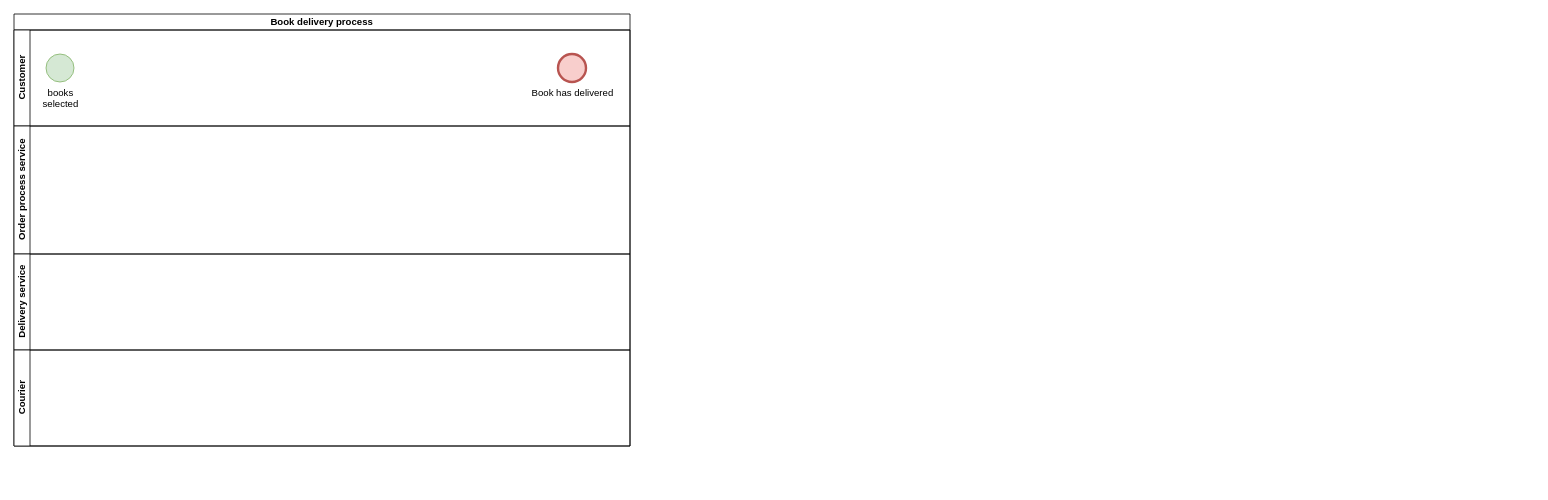
The draw.io diagram documentation/bpmn_1.drawio in semwett0301/blps-labs, before the edit. Source tidied: cells renumbered, new cells numbered last; positions are measured from the earlier drawing's top-left corner, leaving out a move shared by most shapes. Both pictures are drawn from the tidied source at 80%, with x=0, y=0 at pixel (14, 14).
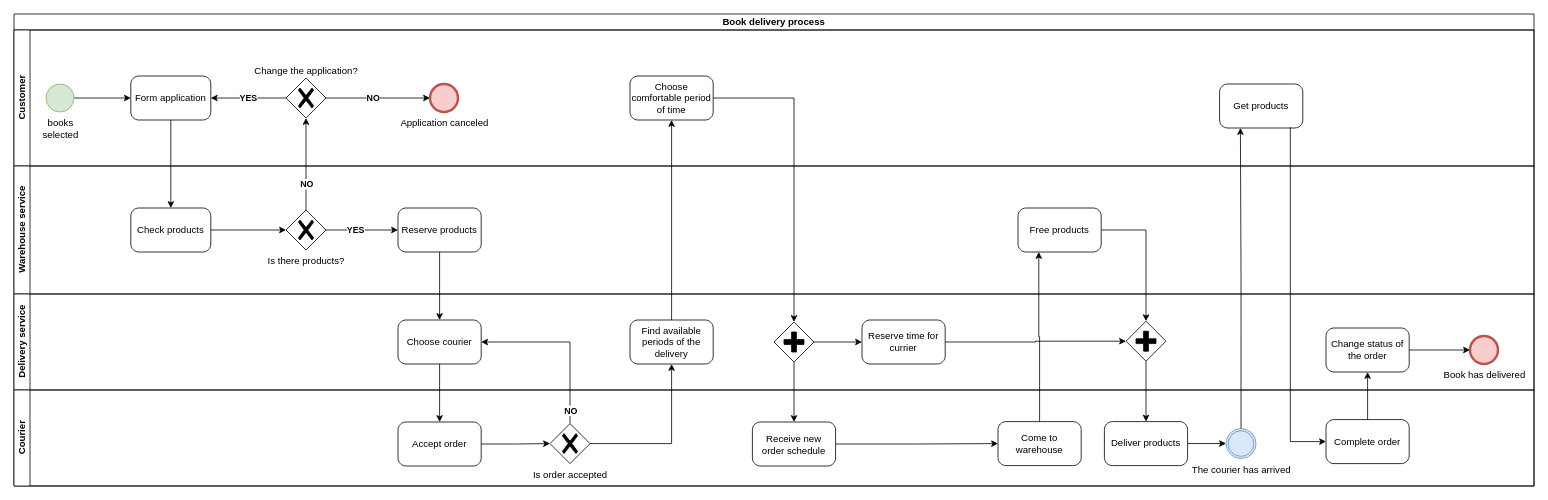
The same diagram, later.

Commit message:
Add some elements to BPMN scheme

Diff of the diagram source:
```diff
@@
     <mxCell id="2" value="Book delivery process" style="swimlane;html=1;horizontal=1;startSize=20;whiteSpace=wrap;" parent="1" vertex="1">
-      <mxGeometry width="770" height="540" as="geometry" />
+      <mxGeometry width="1900" height="590" as="geometry" />
     </mxCell>
     <mxCell id="3" value="Customer" style="swimlane;html=1;startSize=20;horizontal=0;" parent="2" vertex="1">
-      <mxGeometry y="20" width="770" height="120" as="geometry" />
+      <mxGeometry y="20" width="1900" height="170" as="geometry" />
     </mxCell>
+    <mxCell id="9" style="edgeStyle=orthogonalEdgeStyle;rounded=0;jettySize=auto;html=1;" parent="3" edge="1" source="4" target="10">
+      <mxGeometry relative="1" as="geometry" />
+    </mxCell>
     <mxCell id="4" value="books &lt;br&gt;selected" style="points=[[0.145,0.145,0],[0.5,0,0],[0.855,0.145,0],[1,0.5,0],[0.855,0.855,0],[0.5,1,0],[0.145,0.855,0],[0,0.5,0]];shape=mxgraph.bpmn.event;html=1;verticalLabelPosition=bottom;labelBackgroundColor=#ffffff;verticalAlign=top;align=center;perimeter=ellipsePerimeter;outlineConnect=0;outline=standard;symbol=general;direction=south;fillColor=#d5e8d4;strokeColor=#82b366;" parent="3" vertex="1">
-      <mxGeometry x="40" y="30" width="35" height="35" as="geometry" />
+      <mxGeometry x="40" y="67.5" width="35" height="35" as="geometry" />
     </mxCell>
+    <mxCell id="10" value="Form application" style="points=[[0.25,0,0],[0.5,0,0],[0.75,0,0],[1,0.25,0],[1,0.5,0],[1,0.75,0],[0.75,1,0],[0.5,1,0],[0.25,1,0],[0,0.75,0],[0,0.5,0],[0,0.25,0]];shape=mxgraph.bpmn.task;whiteSpace=wrap;rectStyle=rounded;size=10;html=1;taskMarker=abstract;" parent="3" vertex="1">
+      <mxGeometry x="146" y="57.5" width="100" height="55" as="geometry" />
+    </mxCell>
+    <mxCell id="11" value="&lt;b&gt;YES&lt;/b&gt;" style="edgeStyle=orthogonalEdgeStyle;rounded=0;jettySize=auto;html=1;entryX=1;entryY=0.5;entryDx=0;entryDy=0;entryPerimeter=0;" parent="3" edge="1" source="14" target="10">
+      <mxGeometry relative="1" as="geometry" />
+    </mxCell>
+    <mxCell id="12" style="edgeStyle=orthogonalEdgeStyle;rounded=0;jettySize=auto;html=1;entryX=0;entryY=0.5;entryDx=0;entryDy=0;entryPerimeter=0;" parent="3" edge="1" source="14" target="15">
+      <mxGeometry relative="1" as="geometry" />
+    </mxCell>
+    <mxCell id="13" value="&lt;b&gt;NO&lt;/b&gt;" style="edgeLabel;html=1;align=center;verticalAlign=middle;" parent="12" vertex="1">
+      <mxGeometry x="-0.11" y="1" relative="1" as="geometry" />
+    </mxCell>
+    <mxCell id="14" value="Change the application?" style="points=[[0.25,0.25,0],[0.5,0,0],[0.75,0.25,0],[1,0.5,0],[0.75,0.75,0],[0.5,1,0],[0.25,0.75,0],[0,0.5,0]];shape=mxgraph.bpmn.gateway2;html=1;verticalLabelPosition=top;labelBackgroundColor=#ffffff;verticalAlign=bottom;align=center;perimeter=rhombusPerimeter;outlineConnect=0;outline=none;symbol=none;gwType=exclusive;labelPosition=center;" parent="3" vertex="1">
+      <mxGeometry x="340" y="60" width="50" height="50" as="geometry" />
+    </mxCell>
+    <mxCell id="15" value="Application canceled" style="points=[[0.145,0.145,0],[0.5,0,0],[0.855,0.145,0],[1,0.5,0],[0.855,0.855,0],[0.5,1,0],[0.145,0.855,0],[0,0.5,0]];shape=mxgraph.bpmn.event;html=1;verticalLabelPosition=bottom;labelBackgroundColor=#ffffff;verticalAlign=top;align=center;perimeter=ellipsePerimeter;outlineConnect=0;outline=end;symbol=terminate2;fillColor=#f8cecc;strokeColor=#b85450;" parent="3" vertex="1">
+      <mxGeometry x="520" y="67.5" width="35" height="35" as="geometry" />
+    </mxCell>
+    <mxCell id="16" value="Choose comfortable period of time" style="points=[[0.25,0,0],[0.5,0,0],[0.75,0,0],[1,0.25,0],[1,0.5,0],[1,0.75,0],[0.75,1,0],[0.5,1,0],[0.25,1,0],[0,0.75,0],[0,0.5,0],[0,0.25,0]];shape=mxgraph.bpmn.task;whiteSpace=wrap;rectStyle=rounded;size=10;html=1;taskMarker=abstract;" parent="3" vertex="1">
+      <mxGeometry x="770" y="57.5" width="104" height="55" as="geometry" />
+    </mxCell>
+    <mxCell id="17" value="Get products" style="points=[[0.25,0,0],[0.5,0,0],[0.75,0,0],[1,0.25,0],[1,0.5,0],[1,0.75,0],[0.75,1,0],[0.5,1,0],[0.25,1,0],[0,0.75,0],[0,0.5,0],[0,0.25,0]];shape=mxgraph.bpmn.task;whiteSpace=wrap;rectStyle=rounded;size=10;html=1;taskMarker=abstract;" parent="3" vertex="1">
+      <mxGeometry x="1507" y="67.5" width="104" height="55" as="geometry" />
+    </mxCell>
+    <mxCell id="6" value="Warehouse service" style="swimlane;html=1;startSize=20;horizontal=0;" parent="2" vertex="1">
+      <mxGeometry y="190" width="1900" height="160" as="geometry" />
+    </mxCell>
+    <mxCell id="18" style="edgeStyle=orthogonalEdgeStyle;rounded=0;jettySize=auto;html=1;" parent="6" edge="1" source="19" target="22">
+      <mxGeometry relative="1" as="geometry" />
+    </mxCell>
+    <mxCell id="19" value="Check products" style="points=[[0.25,0,0],[0.5,0,0],[0.75,0,0],[1,0.25,0],[1,0.5,0],[1,0.75,0],[0.75,1,0],[0.5,1,0],[0.25,1,0],[0,0.75,0],[0,0.5,0],[0,0.25,0]];shape=mxgraph.bpmn.task;whiteSpace=wrap;rectStyle=rounded;size=10;html=1;taskMarker=abstract;" parent="6" vertex="1">
+      <mxGeometry x="146" y="52.5" width="100" height="55" as="geometry" />
+    </mxCell>
+    <mxCell id="20" style="edgeStyle=orthogonalEdgeStyle;rounded=0;jettySize=auto;html=1;entryX=0;entryY=0.5;entryDx=0;entryDy=0;entryPerimeter=0;" parent="6" edge="1" source="22" target="23">
+      <mxGeometry relative="1" as="geometry" />
+    </mxCell>
+    <mxCell id="21" value="&lt;b&gt;YES&lt;/b&gt;" style="edgeLabel;html=1;align=center;verticalAlign=middle;" parent="20" vertex="1">
+      <mxGeometry x="-0.19" y="1" relative="1" as="geometry" />
+    </mxCell>
+    <mxCell id="22" value="Is there products?" style="points=[[0.25,0.25,0],[0.5,0,0],[0.75,0.25,0],[1,0.5,0],[0.75,0.75,0],[0.5,1,0],[0.25,0.75,0],[0,0.5,0]];shape=mxgraph.bpmn.gateway2;html=1;verticalLabelPosition=bottom;labelBackgroundColor=#ffffff;verticalAlign=top;align=center;perimeter=rhombusPerimeter;outlineConnect=0;outline=none;symbol=none;gwType=exclusive;" parent="6" vertex="1">
+      <mxGeometry x="340" y="55" width="50" height="50" as="geometry" />
+    </mxCell>
+    <mxCell id="23" value="Reserve products" style="points=[[0.25,0,0],[0.5,0,0],[0.75,0,0],[1,0.25,0],[1,0.5,0],[1,0.75,0],[0.75,1,0],[0.5,1,0],[0.25,1,0],[0,0.75,0],[0,0.5,0],[0,0.25,0]];shape=mxgraph.bpmn.task;whiteSpace=wrap;rectStyle=rounded;size=10;html=1;taskMarker=abstract;" parent="6" vertex="1">
+      <mxGeometry x="480" y="52.5" width="104" height="55" as="geometry" />
+    </mxCell>
+    <mxCell id="24" value="Free products" style="points=[[0.25,0,0],[0.5,0,0],[0.75,0,0],[1,0.25,0],[1,0.5,0],[1,0.75,0],[0.75,1,0],[0.5,1,0],[0.25,1,0],[0,0.75,0],[0,0.5,0],[0,0.25,0]];shape=mxgraph.bpmn.task;whiteSpace=wrap;rectStyle=rounded;size=10;html=1;taskMarker=abstract;" parent="6" vertex="1">
+      <mxGeometry x="1255" y="52.5" width="104" height="55" as="geometry" />
+    </mxCell>
+    <mxCell id="7" value="Delivery service" style="swimlane;html=1;startSize=20;horizontal=0;" parent="2" vertex="1">
+      <mxGeometry y="350" width="1900" height="120" as="geometry" />
+    </mxCell>
-    <mxCell id="5" value="Book has delivered" style="points=[[0.145,0.145,0],[0.5,0,0],[0.855,0.145,0],[1,0.5,0],[0.855,0.855,0],[0.5,1,0],[0.145,0.855,0],[0,0.5,0]];shape=mxgraph.bpmn.event;html=1;verticalLabelPosition=bottom;labelBackgroundColor=#ffffff;verticalAlign=top;align=center;perimeter=ellipsePerimeter;outlineConnect=0;outline=end;symbol=terminate2;fillColor=#f8cecc;strokeColor=#b85450;" parent="3" vertex="1">
-      <mxGeometry x="680" y="30" width="35" height="35" as="geometry" />
+    <mxCell id="5" value="Book has delivered" style="points=[[0.145,0.145,0],[0.5,0,0],[0.855,0.145,0],[1,0.5,0],[0.855,0.855,0],[0.5,1,0],[0.145,0.855,0],[0,0.5,0]];shape=mxgraph.bpmn.event;html=1;verticalLabelPosition=bottom;labelBackgroundColor=#ffffff;verticalAlign=top;align=center;perimeter=ellipsePerimeter;outlineConnect=0;outline=end;symbol=terminate2;fillColor=#f8cecc;strokeColor=#b85450;" parent="7" vertex="1">
+      <mxGeometry x="1820" y="52.5" width="35" height="35" as="geometry" />
     </mxCell>
-    <mxCell id="6" value="Order process service" style="swimlane;html=1;startSize=20;horizontal=0;" parent="2" vertex="1">
-      <mxGeometry y="140" width="770" height="160" as="geometry" />
-    </mxCell>
-    <mxCell id="7" value="Delivery service" style="swimlane;html=1;startSize=20;horizontal=0;" parent="2" vertex="1">
-      <mxGeometry y="300" width="770" height="120" as="geometry" />
-    </mxCell>
+    <mxCell id="25" value="Choose courier" style="points=[[0.25,0,0],[0.5,0,0],[0.75,0,0],[1,0.25,0],[1,0.5,0],[1,0.75,0],[0.75,1,0],[0.5,1,0],[0.25,1,0],[0,0.75,0],[0,0.5,0],[0,0.25,0]];shape=mxgraph.bpmn.task;whiteSpace=wrap;rectStyle=rounded;size=10;html=1;taskMarker=abstract;" parent="7" vertex="1">
+      <mxGeometry x="480" y="32.5" width="104" height="55" as="geometry" />
+    </mxCell>
+    <mxCell id="26" value="Find available periods of the delivery" style="points=[[0.25,0,0],[0.5,0,0],[0.75,0,0],[1,0.25,0],[1,0.5,0],[1,0.75,0],[0.75,1,0],[0.5,1,0],[0.25,1,0],[0,0.75,0],[0,0.5,0],[0,0.25,0]];shape=mxgraph.bpmn.task;whiteSpace=wrap;rectStyle=rounded;size=10;html=1;taskMarker=abstract;" parent="7" vertex="1">
+      <mxGeometry x="770" y="32.5" width="104" height="55" as="geometry" />
+    </mxCell>
+    <mxCell id="27" style="edgeStyle=orthogonalEdgeStyle;rounded=0;jettySize=auto;html=1;entryX=0;entryY=0.5;entryDx=0;entryDy=0;entryPerimeter=0;" parent="7" edge="1" source="28" target="30">
+      <mxGeometry relative="1" as="geometry" />
+    </mxCell>
+    <mxCell id="28" style="points=[[0.25,0.25,0],[0.5,0,0],[0.75,0.25,0],[1,0.5,0],[0.75,0.75,0],[0.5,1,0],[0.25,0.75,0],[0,0.5,0]];shape=mxgraph.bpmn.gateway2;html=1;verticalLabelPosition=bottom;labelBackgroundColor=#ffffff;verticalAlign=top;align=center;perimeter=rhombusPerimeter;outlineConnect=0;outline=none;symbol=none;gwType=parallel;" parent="7" vertex="1">
+      <mxGeometry x="950" y="35" width="50" height="50" as="geometry" />
+    </mxCell>
+    <mxCell id="29" style="edgeStyle=orthogonalEdgeStyle;rounded=0;jettySize=auto;html=1;entryX=0;entryY=0.5;entryDx=0;entryDy=0;entryPerimeter=0;" parent="7" edge="1" source="30" target="31">
+      <mxGeometry relative="1" as="geometry" />
+    </mxCell>
+    <mxCell id="30" value="Reserve time for currier" style="points=[[0.25,0,0],[0.5,0,0],[0.75,0,0],[1,0.25,0],[1,0.5,0],[1,0.75,0],[0.75,1,0],[0.5,1,0],[0.25,1,0],[0,0.75,0],[0,0.5,0],[0,0.25,0]];shape=mxgraph.bpmn.task;whiteSpace=wrap;rectStyle=rounded;size=10;html=1;taskMarker=abstract;" parent="7" vertex="1">
+      <mxGeometry x="1060" y="32.5" width="104" height="55" as="geometry" />
+    </mxCell>
+    <mxCell id="31" style="points=[[0.25,0.25,0],[0.5,0,0],[0.75,0.25,0],[1,0.5,0],[0.75,0.75,0],[0.5,1,0],[0.25,0.75,0],[0,0.5,0]];shape=mxgraph.bpmn.gateway2;html=1;verticalLabelPosition=bottom;labelBackgroundColor=#ffffff;verticalAlign=top;align=center;perimeter=rhombusPerimeter;outlineConnect=0;outline=none;symbol=none;gwType=parallel;" parent="7" vertex="1">
+      <mxGeometry x="1390" y="34" width="50" height="50" as="geometry" />
+    </mxCell>
+    <mxCell id="32" style="edgeStyle=orthogonalEdgeStyle;rounded=0;jettySize=auto;html=1;entryX=0;entryY=0.5;entryDx=0;entryDy=0;entryPerimeter=0;" parent="7" edge="1" source="33" target="5">
+      <mxGeometry relative="1" as="geometry" />
+    </mxCell>
+    <mxCell id="33" value="Change status of the order" style="points=[[0.25,0,0],[0.5,0,0],[0.75,0,0],[1,0.25,0],[1,0.5,0],[1,0.75,0],[0.75,1,0],[0.5,1,0],[0.25,1,0],[0,0.75,0],[0,0.5,0],[0,0.25,0]];shape=mxgraph.bpmn.task;whiteSpace=wrap;rectStyle=rounded;size=10;html=1;taskMarker=abstract;" parent="7" vertex="1">
+      <mxGeometry x="1640" y="42.5" width="104" height="55" as="geometry" />
+    </mxCell>
+    <mxCell id="34" style="edgeStyle=orthogonalEdgeStyle;rounded=0;jettySize=auto;html=1;entryX=0.5;entryY=0;entryDx=0;entryDy=0;entryPerimeter=0;" parent="2" edge="1" source="10" target="19">
+      <mxGeometry relative="1" as="geometry" />
+    </mxCell>
+    <mxCell id="35" style="edgeStyle=orthogonalEdgeStyle;rounded=0;jettySize=auto;html=1;entryX=0.5;entryY=1;entryDx=0;entryDy=0;entryPerimeter=0;" parent="2" edge="1" source="22" target="14">
+      <mxGeometry relative="1" as="geometry" />
+    </mxCell>
+    <mxCell id="36" value="&lt;b style=&quot;font-size: 11px;&quot;&gt;NO&lt;/b&gt;" style="edgeLabel;html=1;align=center;verticalAlign=middle;fontSize=11;" parent="35" vertex="1">
+      <mxGeometry x="-0.24" y="1" relative="1" as="geometry">
+        <mxPoint x="1" y="11" as="offset" />
+      </mxGeometry>
+    </mxCell>
+    <mxCell id="37" style="edgeStyle=orthogonalEdgeStyle;rounded=0;jettySize=auto;html=1;" parent="2" edge="1" source="23" target="25">
+      <mxGeometry relative="1" as="geometry" />
+    </mxCell>
+    <mxCell id="38" style="edgeStyle=orthogonalEdgeStyle;rounded=0;jettySize=auto;html=1;entryX=0.5;entryY=0;entryDx=0;entryDy=0;entryPerimeter=0;" parent="2" edge="1" source="25" target="46">
+      <mxGeometry relative="1" as="geometry" />
+    </mxCell>
+    <mxCell id="39" style="edgeStyle=orthogonalEdgeStyle;rounded=0;jettySize=auto;html=1;entryX=1;entryY=0.5;entryDx=0;entryDy=0;entryPerimeter=0;exitX=0.5;exitY=0;exitDx=0;exitDy=0;exitPerimeter=0;" parent="2" edge="1" source="47" target="25">
+      <mxGeometry relative="1" as="geometry" />
+    </mxCell>
+    <mxCell id="40" value="&lt;b&gt;NO&lt;/b&gt;" style="edgeLabel;html=1;align=center;verticalAlign=middle;" parent="39" vertex="1">
+      <mxGeometry x="-0.84" y="-2" relative="1" as="geometry">
+        <mxPoint x="-2" as="offset" />
+      </mxGeometry>
+    </mxCell>
+    <mxCell id="41" style="edgeStyle=orthogonalEdgeStyle;rounded=0;jettySize=auto;html=1;entryX=0.5;entryY=1;entryDx=0;entryDy=0;entryPerimeter=0;" parent="2" edge="1" source="47" target="26">
+      <mxGeometry relative="1" as="geometry" />
+    </mxCell>
+    <mxCell id="42" style="edgeStyle=orthogonalEdgeStyle;rounded=0;jettySize=auto;html=1;entryX=0.5;entryY=1;entryDx=0;entryDy=0;entryPerimeter=0;" parent="2" edge="1" source="26" target="16">
+      <mxGeometry relative="1" as="geometry" />
+    </mxCell>
+    <mxCell id="43" style="edgeStyle=orthogonalEdgeStyle;rounded=0;jettySize=auto;html=1;entryX=0.5;entryY=0;entryDx=0;entryDy=0;entryPerimeter=0;" parent="2" edge="1" source="16" target="28">
+      <mxGeometry relative="1" as="geometry" />
+    </mxCell>
+    <mxCell id="44" style="edgeStyle=orthogonalEdgeStyle;rounded=0;jettySize=auto;html=1;entryX=0.5;entryY=0;entryDx=0;entryDy=0;entryPerimeter=0;" parent="2" edge="1" source="28" target="49">
+      <mxGeometry relative="1" as="geometry" />
+    </mxCell>
     <mxCell id="8" value="Courier" style="swimlane;html=1;startSize=20;horizontal=0;" parent="2" vertex="1">
-      <mxGeometry y="420" width="770" height="120" as="geometry" />
+      <mxGeometry y="470" width="1900" height="120" as="geometry" />
     </mxCell>
+    <mxCell id="45" style="edgeStyle=orthogonalEdgeStyle;rounded=0;jettySize=auto;html=1;" parent="8" edge="1" source="46" target="47">
+      <mxGeometry relative="1" as="geometry" />
+    </mxCell>
+    <mxCell id="46" value="Accept order" style="points=[[0.25,0,0],[0.5,0,0],[0.75,0,0],[1,0.25,0],[1,0.5,0],[1,0.75,0],[0.75,1,0],[0.5,1,0],[0.25,1,0],[0,0.75,0],[0,0.5,0],[0,0.25,0]];shape=mxgraph.bpmn.task;whiteSpace=wrap;rectStyle=rounded;size=10;html=1;taskMarker=abstract;" parent="8" vertex="1">
+      <mxGeometry x="480" y="40" width="104" height="55" as="geometry" />
+    </mxCell>
+    <mxCell id="47" value="Is order accepted" style="points=[[0.25,0.25,0],[0.5,0,0],[0.75,0.25,0],[1,0.5,0],[0.75,0.75,0],[0.5,1,0],[0.25,0.75,0],[0,0.5,0]];shape=mxgraph.bpmn.gateway2;html=1;verticalLabelPosition=bottom;labelBackgroundColor=#ffffff;verticalAlign=top;align=center;perimeter=rhombusPerimeter;outlineConnect=0;outline=none;symbol=none;gwType=exclusive;" parent="8" vertex="1">
+      <mxGeometry x="670" y="42" width="50" height="50" as="geometry" />
+    </mxCell>
+    <mxCell id="48" style="edgeStyle=orthogonalEdgeStyle;rounded=0;jettySize=auto;html=1;entryX=0;entryY=0.5;entryDx=0;entryDy=0;entryPerimeter=0;" parent="8" edge="1" source="49" target="50">
+      <mxGeometry relative="1" as="geometry" />
+    </mxCell>
+    <mxCell id="49" value="Receive new&lt;br&gt;order schedule" style="points=[[0.25,0,0],[0.5,0,0],[0.75,0,0],[1,0.25,0],[1,0.5,0],[1,0.75,0],[0.75,1,0],[0.5,1,0],[0.25,1,0],[0,0.75,0],[0,0.5,0],[0,0.25,0]];shape=mxgraph.bpmn.task;whiteSpace=wrap;rectStyle=rounded;size=10;html=1;taskMarker=abstract;" parent="8" vertex="1">
+      <mxGeometry x="923" y="40" width="104" height="55" as="geometry" />
+    </mxCell>
+    <mxCell id="50" value="Come to warehouse" style="points=[[0.25,0,0],[0.5,0,0],[0.75,0,0],[1,0.25,0],[1,0.5,0],[1,0.75,0],[0.75,1,0],[0.5,1,0],[0.25,1,0],[0,0.75,0],[0,0.5,0],[0,0.25,0]];shape=mxgraph.bpmn.task;whiteSpace=wrap;rectStyle=rounded;size=10;html=1;taskMarker=abstract;" parent="8" vertex="1">
+      <mxGeometry x="1230" y="39.5" width="104" height="55" as="geometry" />
+    </mxCell>
+    <mxCell id="51" style="edgeStyle=orthogonalEdgeStyle;rounded=0;jettySize=auto;html=1;entryX=0;entryY=0.5;entryDx=0;entryDy=0;entryPerimeter=0;" parent="8" edge="1" source="52" target="53">
+      <mxGeometry relative="1" as="geometry" />
+    </mxCell>
+    <mxCell id="52" value="Deliver products" style="points=[[0.25,0,0],[0.5,0,0],[0.75,0,0],[1,0.25,0],[1,0.5,0],[1,0.75,0],[0.75,1,0],[0.5,1,0],[0.25,1,0],[0,0.75,0],[0,0.5,0],[0,0.25,0]];shape=mxgraph.bpmn.task;whiteSpace=wrap;rectStyle=rounded;size=10;html=1;taskMarker=abstract;" parent="8" vertex="1">
+      <mxGeometry x="1363" y="39.5" width="104" height="55" as="geometry" />
+    </mxCell>
+    <mxCell id="53" value="The courier has arrived" style="points=[[0.145,0.145,0],[0.5,0,0],[0.855,0.145,0],[1,0.5,0],[0.855,0.855,0],[0.5,1,0],[0.145,0.855,0],[0,0.5,0]];shape=mxgraph.bpmn.event;html=1;verticalLabelPosition=bottom;labelBackgroundColor=#ffffff;verticalAlign=top;align=center;perimeter=ellipsePerimeter;outlineConnect=0;outline=throwing;symbol=general;fillColor=#dae8fc;strokeColor=#6c8ebf;" parent="8" vertex="1">
+      <mxGeometry x="1515" y="48.2" width="37.5" height="37.5" as="geometry" />
+    </mxCell>
+    <mxCell id="54" value="Complete order" style="points=[[0.25,0,0],[0.5,0,0],[0.75,0,0],[1,0.25,0],[1,0.5,0],[1,0.75,0],[0.75,1,0],[0.5,1,0],[0.25,1,0],[0,0.75,0],[0,0.5,0],[0,0.25,0]];shape=mxgraph.bpmn.task;whiteSpace=wrap;rectStyle=rounded;size=10;html=1;taskMarker=abstract;" parent="8" vertex="1">
+      <mxGeometry x="1640" y="37" width="104" height="55" as="geometry" />
+    </mxCell>
+    <mxCell id="55" style="edgeStyle=orthogonalEdgeStyle;rounded=0;jettySize=auto;html=1;entryX=0.25;entryY=1;entryDx=0;entryDy=0;entryPerimeter=0;" parent="2" edge="1" source="50" target="24">
+      <mxGeometry relative="1" as="geometry" />
+    </mxCell>
+    <mxCell id="56" style="edgeStyle=orthogonalEdgeStyle;rounded=0;jettySize=auto;html=1;" parent="2" edge="1" source="24" target="31">
+      <mxGeometry relative="1" as="geometry" />
+    </mxCell>
+    <mxCell id="57" style="edgeStyle=orthogonalEdgeStyle;rounded=0;jettySize=auto;html=1;entryX=0.5;entryY=0;entryDx=0;entryDy=0;entryPerimeter=0;" parent="2" edge="1" source="31" target="52">
+      <mxGeometry relative="1" as="geometry" />
+    </mxCell>
+    <mxCell id="58" style="edgeStyle=orthogonalEdgeStyle;rounded=0;jettySize=auto;html=1;entryX=0.25;entryY=1;entryDx=0;entryDy=0;entryPerimeter=0;" parent="2" edge="1" source="53" target="17">
+      <mxGeometry relative="1" as="geometry" />
+    </mxCell>
+    <mxCell id="59" style="edgeStyle=orthogonalEdgeStyle;rounded=0;jettySize=auto;html=1;entryX=0;entryY=0.5;entryDx=0;entryDy=0;entryPerimeter=0;exitX=0.85;exitY=0.985;exitDx=0;exitDy=0;exitPerimeter=0;" parent="2" edge="1" source="17" target="54">
+      <mxGeometry relative="1" as="geometry" />
+    </mxCell>
+    <mxCell id="60" style="edgeStyle=orthogonalEdgeStyle;rounded=0;jettySize=auto;html=1;entryX=0.5;entryY=1;entryDx=0;entryDy=0;entryPerimeter=0;" parent="2" edge="1" source="54" target="33">
+      <mxGeometry relative="1" as="geometry" />
+    </mxCell>
```
